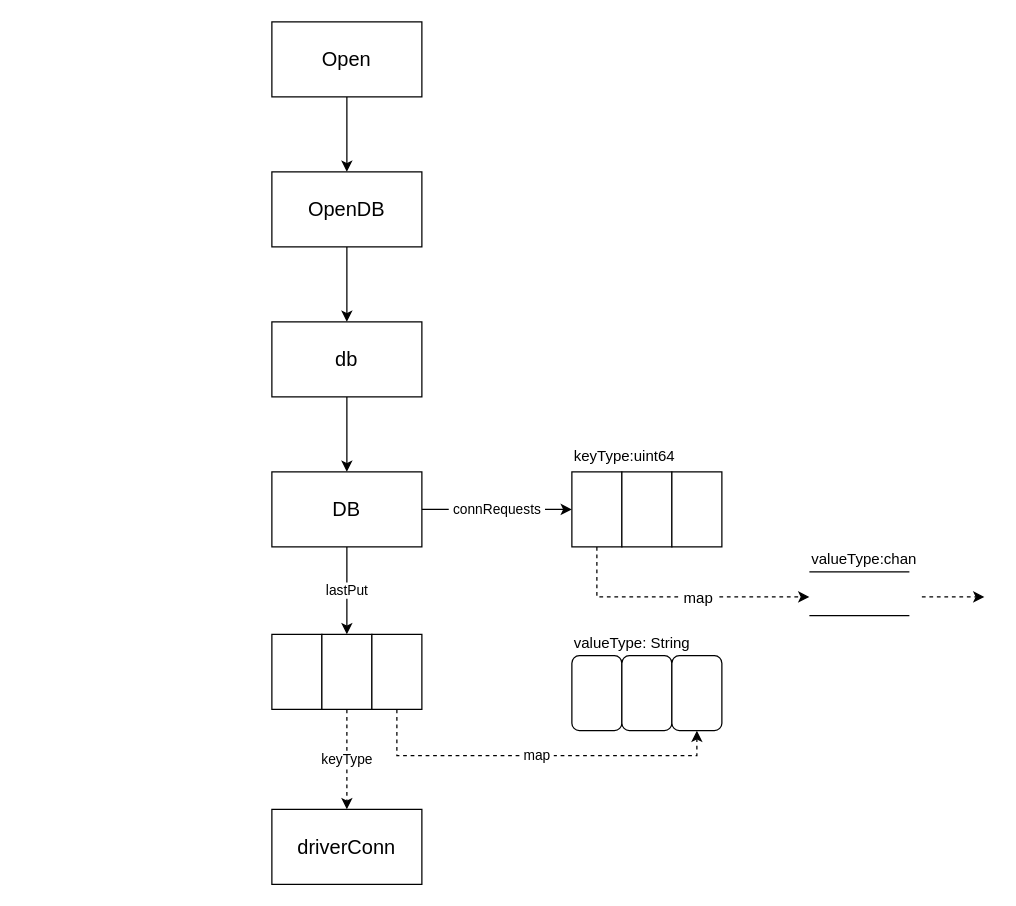
This is Database.drawio from oiar/assets, a draw.io file, before an edit. Source tidied: cells renumbered, new cells numbered last; positions are measured from the earlier drawing's top-left corner, leaving out a move shared by most shapes. Both pictures are drawn from the tidied source at 125%, with x=0, y=0 at pixel (271, 21).
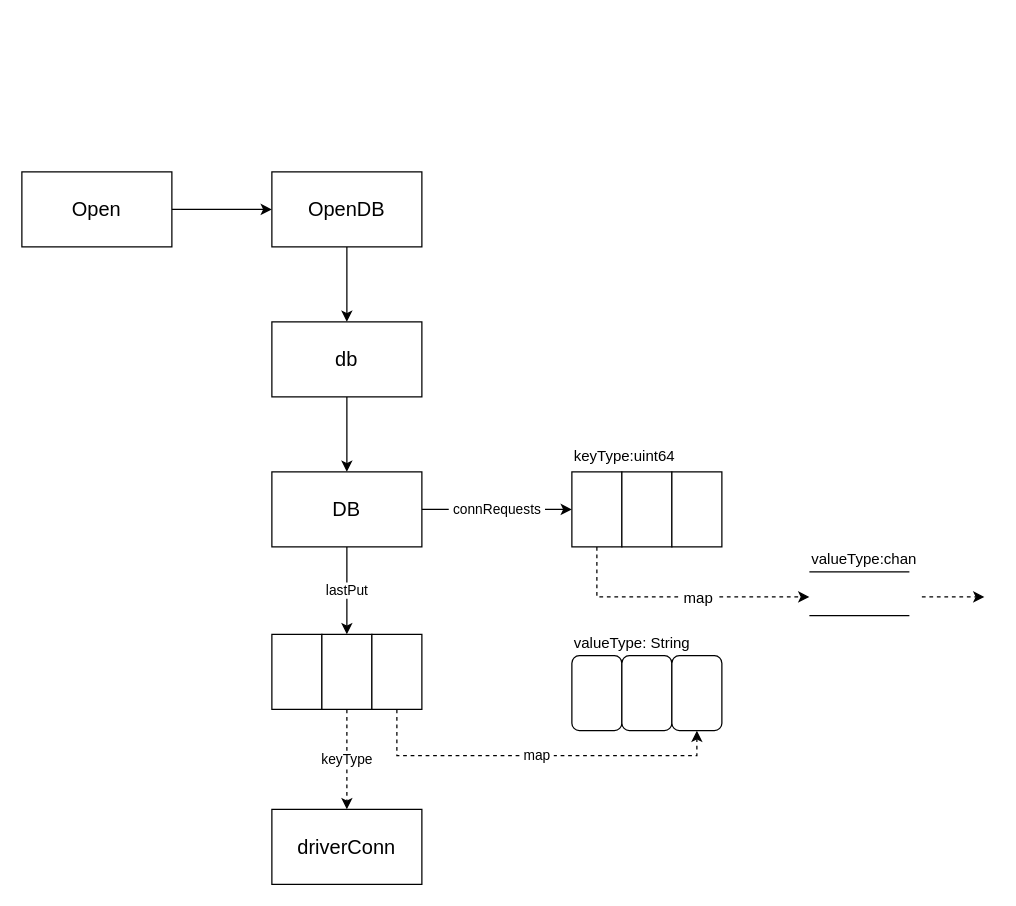
Above is the later version.

Unchanged cells that the change refers to:
```xml
<mxCell id="5" value="&lt;font style=&quot;font-size: 16px&quot;&gt;OpenDB&lt;/font&gt;" style="rounded=0;whiteSpace=wrap;html=1;" parent="1" vertex="1">
  <mxGeometry y="120" width="120" height="60" as="geometry" />
</mxCell>
```

The edit, as a diff of the source:
```diff
@@
-    <mxCell id="2" style="edgeStyle=orthogonalEdgeStyle;rounded=0;jettySize=auto;html=1;exitX=0.5;exitY=1;exitDx=0;exitDy=0;entryX=0.5;entryY=0;entryDx=0;entryDy=0;" parent="1" edge="1" source="3" target="5">
+    <mxCell id="2" style="edgeStyle=orthogonalEdgeStyle;rounded=0;jettySize=auto;html=1;exitX=1;exitY=0.5;exitDx=0;exitDy=0;entryX=0;entryY=0.5;entryDx=0;entryDy=0;" parent="1" edge="1" source="3" target="5">
       <mxGeometry relative="1" as="geometry" />
     </mxCell>
     <mxCell id="3" value="&lt;font style=&quot;font-size: 16px&quot;&gt;Open&lt;/font&gt;" style="rounded=0;whiteSpace=wrap;html=1;" parent="1" vertex="1">
-      <mxGeometry width="120" height="60" as="geometry" />
+      <mxGeometry x="-200" y="120" width="120" height="60" as="geometry" />
     </mxCell>
```
